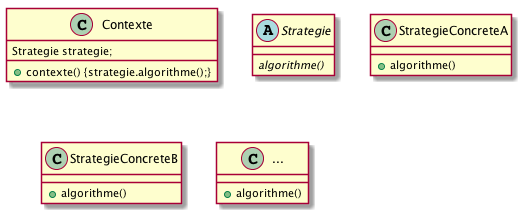
Earlier version of the PlantUML export images/strategy-c.png (jmbruel/ipod-td4-template). The source it was exported from:
```plantuml
@startuml


hide empty members
hide empty methods

class Contexte {
Strategie strategie;
+contexte() {strategie.algorithme();}
}

abstract class Strategie {
{abstract} +algorithme()
}

class StrategieConcreteA {
+algorithme()
}

class StrategieConcreteB {
+algorithme()
}

class C as "..." {
+algorithme()
}



@enduml
```
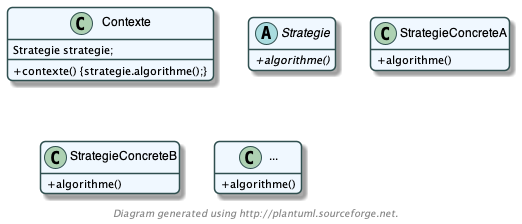
After the change.

The edit, as a diff of the source:
```diff
@@ -1,8 +1,6 @@
 @startuml
 
-
-hide empty members
-hide empty methods
+!include config.cfg
 
 class Contexte {
 Strategie strategie;
```
